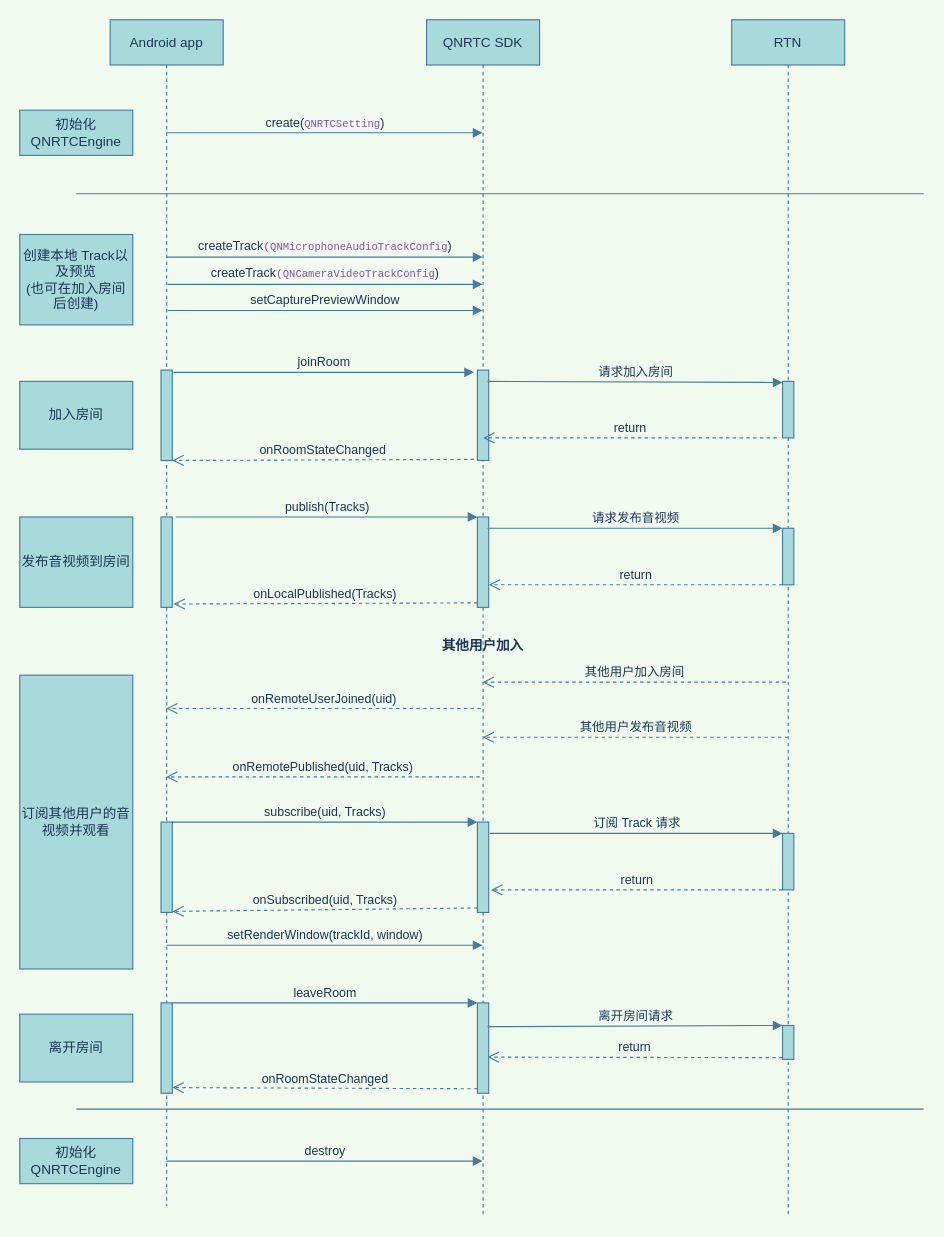
Above: qnrtc_old.drawio in chenqian-dev/qiniu (draw.io), before the change. Source tidied: cells renumbered, new cells numbered last; positions are measured from the earlier drawing's top-left corner, leaving out a move shared by most shapes. Both pictures are drawn from the tidied source at 113%, with x=0, y=0 at pixel (19, 19).
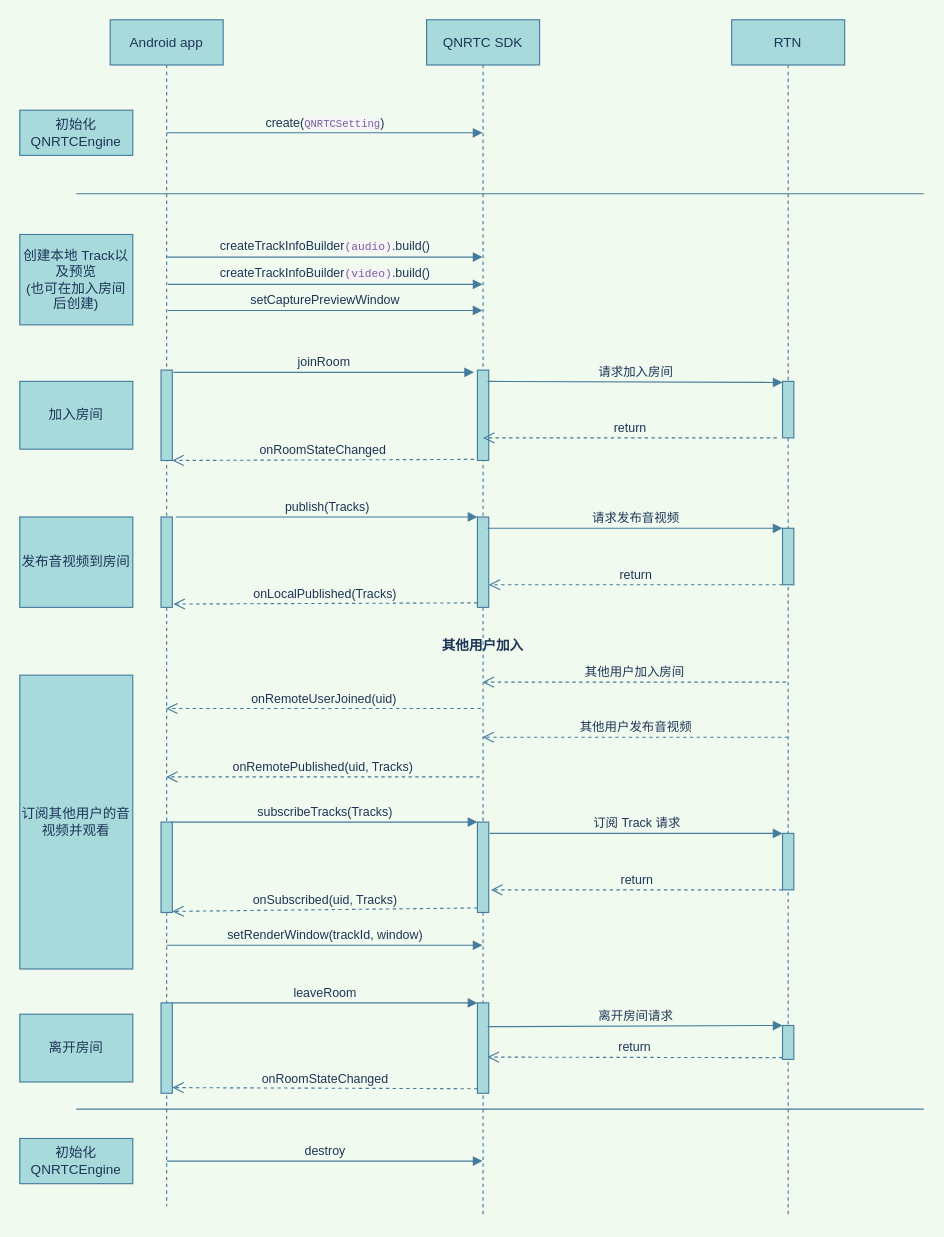
The same diagram, later.

The change refers to these unchanged cells:
```xml
<mxCell id="2" value="Android app" style="shape=umlLifeline;perimeter=lifelinePerimeter;shadow=0;strokeWidth=1;fillColor=#A8DADC;strokeColor=#457B9D;fontColor=#1D3557;" parent="1" vertex="1">
  <mxGeometry x="80" width="100" height="1050" as="geometry" />
</mxCell>
<mxCell id="9" value="QNRTC SDK" style="shape=umlLifeline;perimeter=lifelinePerimeter;shadow=0;strokeWidth=1;fillColor=#A8DADC;strokeColor=#457B9D;fontColor=#1D3557;" parent="1" vertex="1">
  <mxGeometry x="360" width="100" height="1060" as="geometry" />
</mxCell>
<mxCell id="13" style="html=1;points=[];perimeter=orthogonalPerimeter;fillColor=#A8DADC;strokeColor=#457B9D;fontColor=#1D3557;" parent="9" vertex="1">
  <mxGeometry x="45" y="710" width="10" height="80" as="geometry" />
</mxCell>
```

The edit, as a diff of the source:
```diff
@@
-    <mxCell id="23" value="&lt;div style=&quot;text-align: left&quot;&gt;createTrack&lt;font color=&quot;#795da3&quot; face=&quot;consolas, liberation mono, menlo, courier, monospace&quot; size=&quot;1&quot;&gt;&lt;span style=&quot;background-color: rgb(245 , 245 , 245)&quot;&gt;(&lt;/span&gt;&lt;/font&gt;&lt;span style=&quot;color: rgb(121 , 93 , 163) ; background-color: rgb(245 , 245 , 245) ; font-family: &amp;#34;consolas&amp;#34; , &amp;#34;liberation mono&amp;#34; , &amp;#34;menlo&amp;#34; , &amp;#34;courier&amp;#34; , monospace ; font-size: 0.85em&quot;&gt;QNMicrophoneAudioTrackConfig&lt;/span&gt;)&lt;/div&gt;" style="html=1;verticalAlign=bottom;endArrow=block;strokeColor=#457B9D;fontColor=#1D3557;labelBackgroundColor=#F1FAEE;" parent="1" edge="1" source="2" target="9">
+    <mxCell id="23" value="&lt;div style=&quot;text-align: left&quot;&gt;createTrackInfoBuilder&lt;font color=&quot;#795da3&quot; face=&quot;consolas, liberation mono, menlo, courier, monospace&quot; size=&quot;1&quot;&gt;&lt;span style=&quot;background-color: rgb(245 , 245 , 245)&quot;&gt;(audio)&lt;/span&gt;&lt;/font&gt;.build()&lt;/div&gt;" style="html=1;verticalAlign=bottom;endArrow=block;strokeColor=#457B9D;fontColor=#1D3557;labelBackgroundColor=#F1FAEE;" parent="1" edge="1" source="2" target="9">
       <mxGeometry relative="1" as="geometry">
         <Array as="points">
           <mxPoint x="390" y="210" />
         </Array>
       </mxGeometry>
     </mxCell>
-    <mxCell id="24" value="&lt;span style=&quot;text-align: left&quot;&gt;createTrack&lt;/span&gt;&lt;font color=&quot;#795da3&quot; face=&quot;consolas, liberation mono, menlo, courier, monospace&quot; size=&quot;1&quot; style=&quot;text-align: left&quot;&gt;&lt;span style=&quot;background-color: rgb(245 , 245 , 245)&quot;&gt;(&lt;/span&gt;&lt;/font&gt;&lt;span style=&quot;text-align: left ; color: rgb(121 , 93 , 163) ; background-color: rgb(245 , 245 , 245) ; font-family: &amp;#34;consolas&amp;#34; , &amp;#34;liberation mono&amp;#34; , &amp;#34;menlo&amp;#34; , &amp;#34;courier&amp;#34; , monospace ; font-size: 0.85em&quot;&gt;QNCameraVideoTrackConfig&lt;/span&gt;&lt;span style=&quot;text-align: left&quot;&gt;)&lt;/span&gt;" style="html=1;verticalAlign=bottom;endArrow=block;exitX=0.51;exitY=0.223;exitDx=0;exitDy=0;exitPerimeter=0;strokeColor=#457B9D;fontColor=#1D3557;labelBackgroundColor=#F1FAEE;" parent="1" edge="1" source="2" target="9">
+    <mxCell id="24" value="&lt;span style=&quot;text-align: left&quot;&gt;createTrackInfoBuilder&lt;/span&gt;&lt;font color=&quot;#795da3&quot; face=&quot;consolas, liberation mono, menlo, courier, monospace&quot; size=&quot;1&quot; style=&quot;text-align: left&quot;&gt;&lt;span style=&quot;background-color: rgb(245 , 245 , 245)&quot;&gt;(video)&lt;/span&gt;&lt;/font&gt;&lt;span style=&quot;text-align: left&quot;&gt;.build()&lt;/span&gt;" style="html=1;verticalAlign=bottom;endArrow=block;exitX=0.51;exitY=0.223;exitDx=0;exitDy=0;exitPerimeter=0;strokeColor=#457B9D;fontColor=#1D3557;labelBackgroundColor=#F1FAEE;" parent="1" edge="1" source="2" target="9">
       <mxGeometry relative="1" as="geometry" />
     </mxCell>
@@
-    <mxCell id="45" value="subscribe(uid, Tracks)" style="html=1;verticalAlign=bottom;endArrow=block;entryX=0;entryY=0;strokeColor=#457B9D;fontColor=#1D3557;labelBackgroundColor=#F1FAEE;" parent="1" edge="1" target="13">
+    <mxCell id="45" value="subscribeTracks(Tracks)" style="html=1;verticalAlign=bottom;endArrow=block;entryX=0;entryY=0;strokeColor=#457B9D;fontColor=#1D3557;labelBackgroundColor=#F1FAEE;" parent="1" edge="1" target="13">
       <mxGeometry relative="1" as="geometry">
         <mxPoint x="134" y="710" as="sourcePoint" />
       </mxGeometry>
     </mxCell>
```
